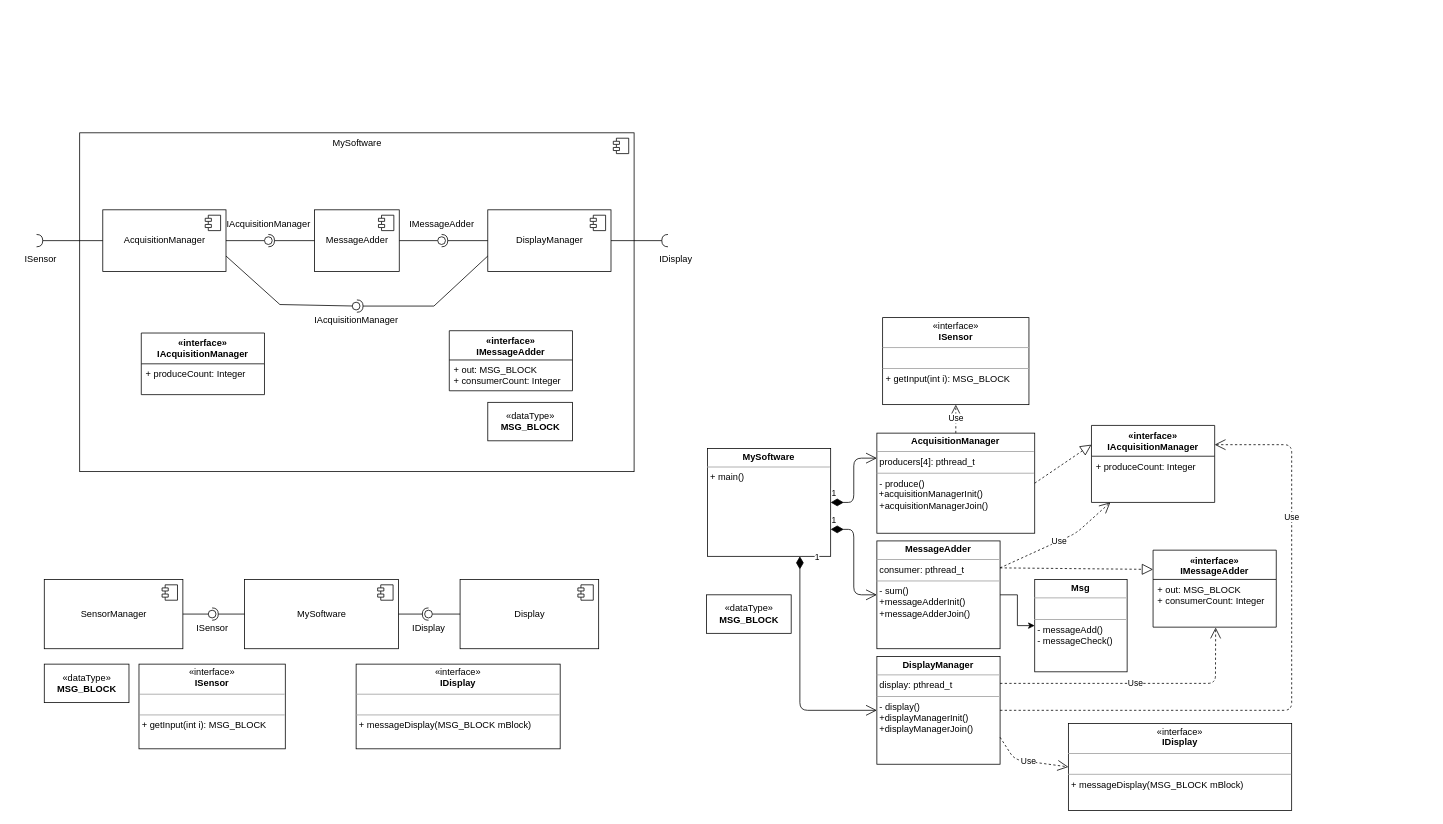
The draw.io diagram exercice-1/diagrams/conception.drawio in fthomasfr/multitasking_training_practical_work, before the edit. Source tidied: cells renumbered, new cells numbered last; positions are measured from the earlier drawing's top-left corner, leaving out a move shared by most shapes. Both pictures are drawn from the tidied source at 77%, with x=0, y=0 at pixel (13, 132).
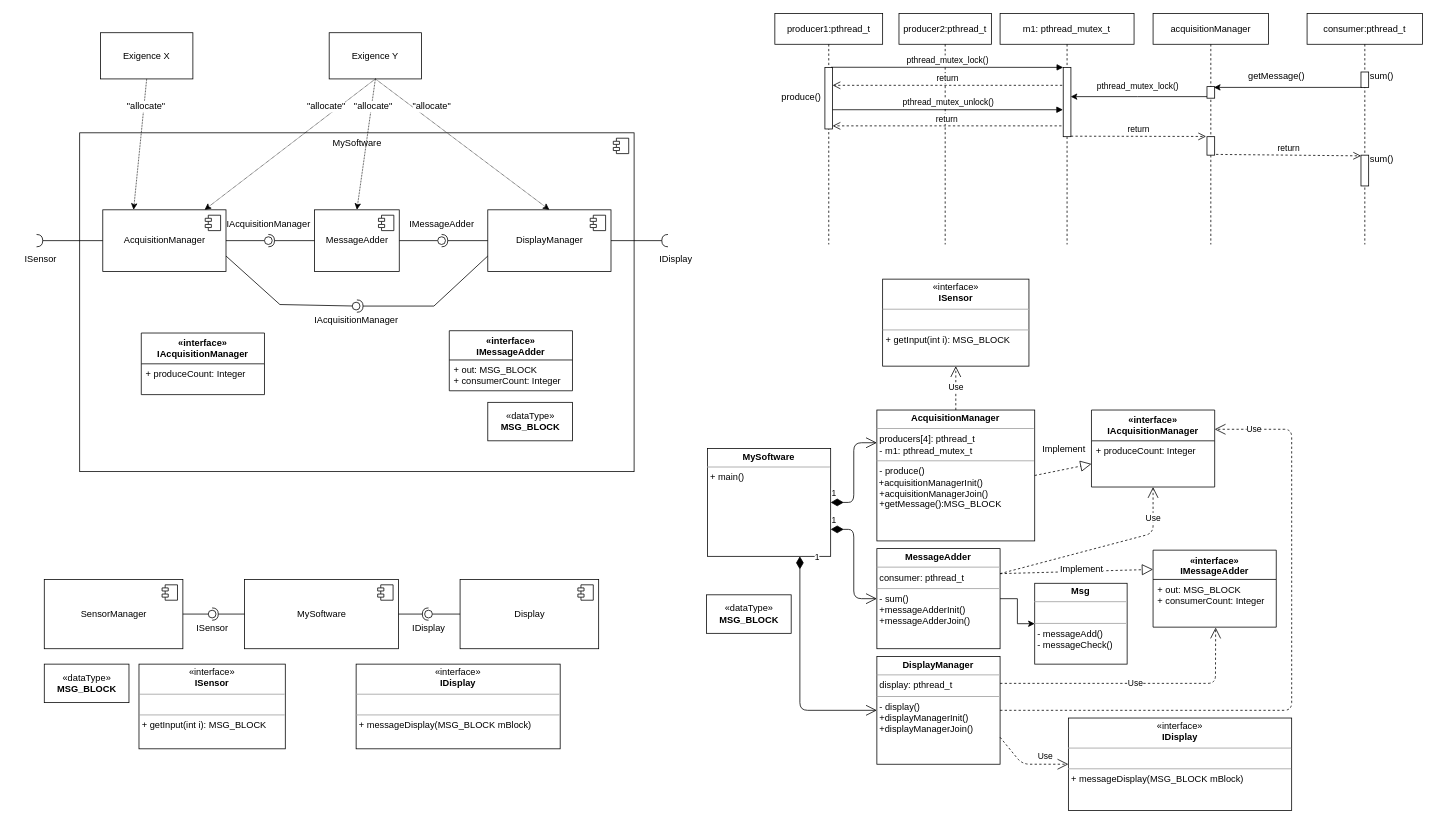
Above is the later version.

Commit message (it also covers changes not shown here):
feat:update with diagrams from tp 1 and update DATA_SIZE to 256

Unchanged cells that the change refers to:
```xml
<mxCell id="9" value="&lt;p style=&quot;margin: 0px ; margin-top: 4px ; text-align: center&quot;&gt;&lt;b&gt;DisplayManager&lt;/b&gt;&lt;/p&gt;&lt;hr size=&quot;1&quot;&gt;&lt;p style=&quot;margin: 0px ; margin-left: 4px&quot;&gt;display: pthread_t&lt;/p&gt;&lt;hr size=&quot;1&quot;&gt;&lt;p style=&quot;margin: 0px ; margin-left: 4px&quot;&gt;- display()&lt;/p&gt;&lt;p style=&quot;margin: 0px ; margin-left: 4px&quot;&gt;+displayManagerInit()&lt;/p&gt;&lt;p style=&quot;margin: 0px ; margin-left: 4px&quot;&gt;+displayManagerJoin()&lt;br&gt;&lt;/p&gt;" style="verticalAlign=top;align=left;overflow=fill;fontSize=12;fontFamily=Helvetica;html=1;shadow=0;" parent="1" vertex="1">
  <mxGeometry x="1121.3" y="680" width="160" height="140" as="geometry" />
</mxCell>
<mxCell id="29" value="MySoftware" style="html=1;verticalAlign=top;" parent="1" vertex="1">
  <mxGeometry x="86" width="720" height="440" as="geometry" />
</mxCell>
<mxCell id="31" value="&lt;span style=&quot;text-align: left&quot;&gt;MessageAdder&lt;/span&gt;" style="html=1;" parent="29" vertex="1">
  <mxGeometry x="305" y="100" width="110" height="80" as="geometry" />
</mxCell>
<mxCell id="33" value="&lt;span style=&quot;text-align: left&quot;&gt;DisplayManager&lt;/span&gt;" style="html=1;" parent="29" vertex="1">
  <mxGeometry x="530" y="100" width="160" height="80" as="geometry" />
</mxCell>
<mxCell id="35" value="&lt;div style=&quot;text-align: left&quot;&gt;AcquisitionManager&lt;br&gt;&lt;/div&gt;" style="html=1;" parent="29" vertex="1">
  <mxGeometry x="30" y="100" width="160" height="80" as="geometry" />
</mxCell>
<mxCell id="41" style="ellipse;whiteSpace=wrap;html=1;fontFamily=Helvetica;fontSize=12;fontColor=#000000;align=center;strokeColor=#000000;fillColor=#ffffff;points=[];direction=north;" parent="29" vertex="1">
  <mxGeometry x="465" y="135" width="10" height="10" as="geometry" />
</mxCell>
<mxCell id="59" value="+ produceCount: Integer&#10;&#10;&#10;&#10;" style="text;strokeColor=none;fillColor=none;align=left;verticalAlign=top;spacingLeft=4;spacingRight=4;overflow=hidden;points=[[0,0.5],[1,0.5]];portConstraint=eastwest;" parent="58" vertex="1">
  <mxGeometry y="40" width="160" height="60" as="geometry" />
</mxCell>
<mxCell id="63" style="endArrow=block;dashed=1;endFill=0;endSize=12;html=1;exitX=1;exitY=0.25;exitDx=0;exitDy=0;entryX=0;entryY=0.25;entryDx=0;entryDy=0;" parent="1" edge="1" source="3" target="60">
  <mxGeometry relative="1" as="geometry" />
</mxCell>
```

Change to the diagram source:
```diff
@@
     <mxCell id="3" value="&lt;p style=&quot;margin: 0px ; margin-top: 4px ; text-align: center&quot;&gt;&lt;b&gt;MessageAdder&lt;/b&gt;&lt;/p&gt;&lt;hr size=&quot;1&quot;&gt;&lt;p style=&quot;margin: 0px ; margin-left: 4px&quot;&gt;consumer: pthread_t&lt;/p&gt;&lt;hr size=&quot;1&quot;&gt;&lt;p style=&quot;margin: 0px ; margin-left: 4px&quot;&gt;- sum()&lt;/p&gt;&lt;p style=&quot;margin: 0px ; margin-left: 4px&quot;&gt;&lt;span&gt;+messageAdderInit()&lt;/span&gt;&lt;br&gt;&lt;/p&gt;&lt;p style=&quot;margin: 0px ; margin-left: 4px&quot;&gt;+messageAdderJoin()&lt;br&gt;&lt;/p&gt;" style="verticalAlign=top;align=left;overflow=fill;fontSize=12;fontFamily=Helvetica;html=1;shadow=0;" parent="1" vertex="1">
-      <mxGeometry x="1121.3" y="530" width="160" height="140" as="geometry" />
+      <mxGeometry x="1121.3" y="540" width="160" height="130" as="geometry" />
     </mxCell>
@@
-    <mxCell id="7" value="&lt;p style=&quot;margin: 0px ; margin-top: 4px ; text-align: center&quot;&gt;&lt;b&gt;AcquisitionManager&lt;/b&gt;&lt;/p&gt;&lt;hr size=&quot;1&quot;&gt;&lt;p style=&quot;margin: 0px ; margin-left: 4px&quot;&gt;producers[4]: pthread_t&lt;/p&gt;&lt;hr size=&quot;1&quot;&gt;&lt;p style=&quot;margin: 0px ; margin-left: 4px&quot;&gt;- produce()&lt;/p&gt;&amp;nbsp;+acquisitionManagerInit()&lt;br&gt;&lt;p style=&quot;margin: 0px ; margin-left: 4px&quot;&gt;+acquisitionManagerJoin()&lt;/p&gt;" style="verticalAlign=top;align=left;overflow=fill;fontSize=12;fontFamily=Helvetica;html=1;shadow=0;" parent="1" vertex="1">
-      <mxGeometry x="1121.3" y="390" width="205" height="130" as="geometry" />
+    <mxCell id="7" value="&lt;p style=&quot;margin: 0px ; margin-top: 4px ; text-align: center&quot;&gt;&lt;b&gt;AcquisitionManager&lt;/b&gt;&lt;/p&gt;&lt;hr size=&quot;1&quot;&gt;&lt;p style=&quot;margin: 0px ; margin-left: 4px&quot;&gt;producers[4]: pthread_t&lt;/p&gt;&lt;p style=&quot;margin: 0px ; margin-left: 4px&quot;&gt;- m1: pthread_mutex_t&lt;/p&gt;&lt;hr size=&quot;1&quot;&gt;&lt;p style=&quot;margin: 0px ; margin-left: 4px&quot;&gt;- produce()&lt;/p&gt;&amp;nbsp;+acquisitionManagerInit()&lt;br&gt;&lt;p style=&quot;margin: 0px ; margin-left: 4px&quot;&gt;+acquisitionManagerJoin()&lt;/p&gt;&lt;p style=&quot;margin: 0px ; margin-left: 4px&quot;&gt;+getMessage():MSG_BLOCK&lt;/p&gt;" style="verticalAlign=top;align=left;overflow=fill;fontSize=12;fontFamily=Helvetica;html=1;shadow=0;" parent="1" vertex="1">
+      <mxGeometry x="1121.3" y="360" width="205" height="170" as="geometry" />
     </mxCell>
@@
-    <mxCell id="40" style="rounded=0;jettySize=auto;html=1;endArrow=none;endFill=0;exitX=1;exitY=0.5;exitDx=0;exitDy=0;" parent="29" edge="1" source="31" target="41">
+    <mxCell id="40" style="rounded=0;jettySize=auto;html=1;endArrow=none;endFill=0;" parent="29" edge="1" source="31" target="41">
       <mxGeometry relative="1" as="geometry" />
     </mxCell>
@@
     <mxCell id="58" value="«interface»&#10;IAcquisitionManager" style="swimlane;fontStyle=1;align=center;verticalAlign=top;horizontal=1;startSize=40;shadow=0;" parent="1" vertex="1">
-      <mxGeometry x="1400" y="380" width="160" height="100" as="geometry" />
+      <mxGeometry x="1400" y="360" width="160" height="100" as="geometry" />
     </mxCell>
@@
-    <mxCell id="62" style="endArrow=block;dashed=1;endFill=0;endSize=12;html=1;entryX=0;entryY=0.25;entryDx=0;entryDy=0;exitX=1;exitY=0.5;exitDx=0;exitDy=0;" parent="1" edge="1" source="7" target="58">
+    <mxCell id="62" style="endArrow=block;dashed=1;endFill=0;endSize=12;html=1;entryX=0;entryY=0.5;entryDx=0;entryDy=0;exitX=1;exitY=0.5;exitDx=0;exitDy=0;" parent="1" edge="1" source="7" target="59">
       <mxGeometry relative="1" as="geometry" />
     </mxCell>
+    <mxCell id="72" value="Implement" style="text;html=1;align=center;verticalAlign=middle;labelBackgroundColor=#ffffff;" parent="62" vertex="1">
+      <mxGeometry x="-0.01" y="1" relative="1" as="geometry">
+        <mxPoint x="0.9" y="-26.6" as="offset" />
+      </mxGeometry>
+    </mxCell>
@@
+    <mxCell id="73" value="Implement" style="text;html=1;align=center;verticalAlign=middle;labelBackgroundColor=#ffffff;" parent="63" vertex="1">
+      <mxGeometry x="0.48" y="2" relative="1" as="geometry">
+        <mxPoint x="-41.9" as="offset" />
+      </mxGeometry>
+    </mxCell>
     <mxCell id="64" value="Use" style="endArrow=open;endSize=12;dashed=1;html=1;exitX=1;exitY=0.5;exitDx=0;exitDy=0;entryX=1;entryY=0.25;entryDx=0;entryDy=0;rounded=1;" parent="1" edge="1" source="9" target="58">
-      <mxGeometry x="0.53" relative="1" as="geometry">
+      <mxGeometry x="0.88" relative="1" as="geometry">
         <Array as="points">
           <mxPoint x="1660" y="750" />
           <mxPoint x="1660" y="600" />
-          <mxPoint x="1660" y="405" />
+          <mxPoint x="1660" y="385" />
         </Array>
       </mxGeometry>
     </mxCell>
     <mxCell id="65" value="Use" style="endArrow=open;endSize=12;dashed=1;html=1;exitX=1;exitY=0.25;exitDx=0;exitDy=0;" parent="1" edge="1" source="3" target="58">
-      <mxGeometry relative="1" as="geometry">
+      <mxGeometry x="0.55" y="20" relative="1" as="geometry">
         <Array as="points">
-          <mxPoint x="1380" y="520" />
+          <mxPoint x="1480" y="520" />
         </Array>
+        <mxPoint x="20" y="-20" as="offset" />
       </mxGeometry>
     </mxCell>
@@
     <mxCell id="67" value="&lt;p style=&quot;margin: 0px ; margin-top: 4px ; text-align: center&quot;&gt;«interface»&lt;br&gt;&lt;b&gt;ISensor&lt;/b&gt;&lt;/p&gt;&lt;hr size=&quot;1&quot;&gt;&lt;p style=&quot;margin: 0px ; margin-left: 4px&quot;&gt;&lt;br&gt;&lt;/p&gt;&lt;hr size=&quot;1&quot;&gt;&lt;p style=&quot;margin: 0px ; margin-left: 4px&quot;&gt;+ getInput(int i): MSG_BLOCK&lt;br&gt;&lt;/p&gt;" style="verticalAlign=top;align=left;overflow=fill;fontSize=12;fontFamily=Helvetica;html=1;" parent="1" vertex="1">
-      <mxGeometry x="1128.8" y="240" width="190" height="113" as="geometry" />
+      <mxGeometry x="1128.8" y="190" width="190" height="113" as="geometry" />
     </mxCell>
     <mxCell id="68" value="&lt;p style=&quot;margin: 0px ; margin-top: 4px ; text-align: center&quot;&gt;«interface»&lt;br&gt;&lt;b&gt;IDisplay&lt;/b&gt;&lt;/p&gt;&lt;hr size=&quot;1&quot;&gt;&lt;p style=&quot;margin: 0px ; margin-left: 4px&quot;&gt;&lt;br&gt;&lt;/p&gt;&lt;hr size=&quot;1&quot;&gt;&lt;p style=&quot;margin: 0px ; margin-left: 4px&quot;&gt;+ messageDisplay(MSG_BLOCK mBlock)&lt;br&gt;&lt;/p&gt;" style="verticalAlign=top;align=left;overflow=fill;fontSize=12;fontFamily=Helvetica;html=1;" parent="1" vertex="1">
-      <mxGeometry x="1370" y="767" width="290" height="113" as="geometry" />
+      <mxGeometry x="1370" y="760" width="290" height="120" as="geometry" />
     </mxCell>
     <mxCell id="69" value="Use" style="endArrow=open;endSize=12;dashed=1;html=1;exitX=1;exitY=0.75;exitDx=0;exitDy=0;entryX=0;entryY=0.5;entryDx=0;entryDy=0;" parent="1" edge="1" source="9" target="68">
-      <mxGeometry relative="1" as="geometry">
+      <mxGeometry x="0.43" y="10" relative="1" as="geometry">
         <Array as="points">
-          <mxPoint x="1300" y="814" />
+          <mxPoint x="1310" y="820" />
         </Array>
       </mxGeometry>
     </mxCell>
@@
     <mxCell id="71" value="&lt;p style=&quot;margin: 0px ; margin-top: 4px ; text-align: center&quot;&gt;&lt;b&gt;Msg&lt;/b&gt;&lt;/p&gt;&lt;hr size=&quot;1&quot;&gt;&lt;p style=&quot;margin: 0px ; margin-left: 4px&quot;&gt;&lt;br&gt;&lt;/p&gt;&lt;hr size=&quot;1&quot;&gt;&lt;p style=&quot;margin: 0px ; margin-left: 4px&quot;&gt;&lt;span&gt;- messageAdd()&lt;/span&gt;&lt;/p&gt;&lt;p style=&quot;margin: 0px ; margin-left: 4px&quot;&gt;&lt;span&gt;- messageCheck()&lt;/span&gt;&lt;br&gt;&lt;/p&gt;" style="verticalAlign=top;align=left;overflow=fill;fontSize=12;fontFamily=Helvetica;html=1;shadow=0;" parent="1" vertex="1">
-      <mxGeometry x="1326.3" y="580" width="120" height="120" as="geometry" />
+      <mxGeometry x="1326.3" y="585" width="120" height="105" as="geometry" />
     </mxCell>
+    <mxCell id="74" value="Exigence Y" style="rounded=0;whiteSpace=wrap;html=1;" parent="1" vertex="1">
+      <mxGeometry x="410" y="-130" width="120" height="60" as="geometry" />
+    </mxCell>
+    <mxCell id="75" style="endArrow=classic;html=1;exitX=0.5;exitY=1;exitDx=0;exitDy=0;dashed=1;dashPattern=1 1;" parent="1" edge="1" source="74" target="35">
+      <mxGeometry relative="1" as="geometry" />
+    </mxCell>
+    <mxCell id="76" value="&quot;allocate&quot;" style="text;html=1;align=center;verticalAlign=middle;labelBackgroundColor=#ffffff;" parent="75" vertex="1">
+      <mxGeometry x="-0.39" relative="1" as="geometry">
+        <mxPoint x="3.4" y="-16.1" as="offset" />
+      </mxGeometry>
+    </mxCell>
+    <mxCell id="77" value="producer1:pthread_t" style="shape=umlLifeline;perimeter=lifelinePerimeter;whiteSpace=wrap;html=1;" parent="1" vertex="1">
+      <mxGeometry x="988.8" y="-155" width="140" height="300" as="geometry" />
+    </mxCell>
+    <mxCell id="78" style="html=1;points=[];perimeter=orthogonalPerimeter;" parent="77" vertex="1">
+      <mxGeometry x="65" y="70" width="10" height="80" as="geometry" />
+    </mxCell>
+    <mxCell id="79" value="producer2:pthread_t" style="shape=umlLifeline;perimeter=lifelinePerimeter;whiteSpace=wrap;html=1;" parent="1" vertex="1">
+      <mxGeometry x="1150" y="-155" width="120" height="300" as="geometry" />
+    </mxCell>
+    <mxCell id="80" value="consumer:pthread_t" style="shape=umlLifeline;perimeter=lifelinePerimeter;whiteSpace=wrap;html=1;" parent="1" vertex="1">
+      <mxGeometry x="1680" y="-155" width="150" height="300" as="geometry" />
+    </mxCell>
+    <mxCell id="81" style="html=1;perimeter=orthogonalPerimeter;" parent="80" vertex="1">
+      <mxGeometry x="70" y="76" width="10" height="20" as="geometry" />
+    </mxCell>
+    <mxCell id="82" style="html=1;points=[];perimeter=orthogonalPerimeter;" parent="80" vertex="1">
+      <mxGeometry x="70" y="184" width="10" height="40" as="geometry" />
+    </mxCell>
+    <mxCell id="83" value="m1: pthread_mutex_t" style="shape=umlLifeline;perimeter=lifelinePerimeter;whiteSpace=wrap;html=1;" parent="1" vertex="1">
+      <mxGeometry x="1281.3" y="-155" width="174" height="300" as="geometry" />
+    </mxCell>
+    <mxCell id="84" style="html=1;points=[];perimeter=orthogonalPerimeter;" parent="83" vertex="1">
+      <mxGeometry x="82" y="70" width="10" height="90" as="geometry" />
+    </mxCell>
+    <mxCell id="85" value="pthread_mutex_lock()" style="html=1;verticalAlign=bottom;endArrow=block;entryX=0;entryY=0;exitX=0.807;exitY=-0.002;exitDx=0;exitDy=0;exitPerimeter=0;" parent="1" edge="1" source="78" target="84">
+      <mxGeometry relative="1" as="geometry" />
+    </mxCell>
+    <mxCell id="86" value="return" style="html=1;verticalAlign=bottom;endArrow=open;dashed=1;endSize=8;exitX=-0.129;exitY=0.259;exitDx=0;exitDy=0;exitPerimeter=0;" parent="1" edge="1" source="84" target="78">
+      <mxGeometry relative="1" as="geometry" />
+    </mxCell>
+    <mxCell id="87" value="produce()" style="text;html=1;align=right;" parent="1" vertex="1">
+      <mxGeometry x="970" y="-60" width="80" height="30" as="geometry" />
+    </mxCell>
+    <mxCell id="88" style="endArrow=classic;html=1;exitX=0.5;exitY=1;exitDx=0;exitDy=0;dashed=1;dashPattern=1 1;entryX=0.5;entryY=0;entryDx=0;entryDy=0;" parent="1" edge="1" source="74" target="31">
+      <mxGeometry relative="1" as="geometry" />
+    </mxCell>
+    <mxCell id="89" value="&quot;allocate&quot;" style="text;html=1;align=center;verticalAlign=middle;labelBackgroundColor=#ffffff;" parent="88" vertex="1">
+      <mxGeometry x="-0.39" relative="1" as="geometry">
+        <mxPoint x="3.4" y="-16.1" as="offset" />
+      </mxGeometry>
+    </mxCell>
+    <mxCell id="90" style="endArrow=classic;html=1;dashed=1;dashPattern=1 1;entryX=0.5;entryY=0;entryDx=0;entryDy=0;exitX=0.5;exitY=1;exitDx=0;exitDy=0;" parent="1" edge="1" source="74" target="33">
+      <mxGeometry relative="1" as="geometry" />
+    </mxCell>
+    <mxCell id="91" value="&quot;allocate&quot;" style="text;html=1;align=center;verticalAlign=middle;labelBackgroundColor=#ffffff;" parent="90" vertex="1">
+      <mxGeometry x="-0.39" relative="1" as="geometry">
+        <mxPoint x="3.4" y="-16.1" as="offset" />
+      </mxGeometry>
+    </mxCell>
+    <mxCell id="92" value="Exigence X" style="rounded=0;whiteSpace=wrap;html=1;" parent="1" vertex="1">
+      <mxGeometry x="113" y="-130" width="120" height="60" as="geometry" />
+    </mxCell>
+    <mxCell id="93" style="endArrow=classic;html=1;exitX=0.5;exitY=1;exitDx=0;exitDy=0;dashed=1;dashPattern=1 1;entryX=0.25;entryY=0;entryDx=0;entryDy=0;" parent="1" edge="1" source="92" target="35">
+      <mxGeometry relative="1" as="geometry" />
+    </mxCell>
+    <mxCell id="94" value="&quot;allocate&quot;" style="text;html=1;align=center;verticalAlign=middle;labelBackgroundColor=#ffffff;" parent="93" vertex="1">
+      <mxGeometry x="-0.39" relative="1" as="geometry">
+        <mxPoint x="3.4" y="-16.1" as="offset" />
+      </mxGeometry>
+    </mxCell>
+    <mxCell id="95" value="acquisitionManager" style="shape=umlLifeline;perimeter=lifelinePerimeter;whiteSpace=wrap;html=1;" parent="1" vertex="1">
+      <mxGeometry x="1480" y="-155" width="150" height="300" as="geometry" />
+    </mxCell>
+    <mxCell id="96" style="html=1;points=[];perimeter=orthogonalPerimeter;" parent="95" vertex="1">
+      <mxGeometry x="70" y="160" width="10" height="24" as="geometry" />
+    </mxCell>
+    <mxCell id="97" value="pthread_mutex_lock()" style="edgeStyle=orthogonalEdgeStyle;rounded=0;jettySize=auto;html=1;exitX=0.1;exitY=0.867;exitDx=0;exitDy=0;exitPerimeter=0;" parent="1" edge="1" source="98">
+      <mxGeometry x="0.02" y="-13" relative="1" as="geometry">
+        <mxPoint x="1373" y="-47" as="targetPoint" />
+        <Array as="points">
+          <mxPoint x="1460" y="-47" />
+          <mxPoint x="1460" y="-47" />
+        </Array>
+      </mxGeometry>
+    </mxCell>
+    <mxCell id="98" style="html=1;points=[];perimeter=orthogonalPerimeter;" parent="1" vertex="1">
+      <mxGeometry x="1550" y="-60" width="10" height="15" as="geometry" />
+    </mxCell>
+    <mxCell id="99" style="edgeStyle=orthogonalEdgeStyle;rounded=0;orthogonalLoop=1;jettySize=auto;html=1;" parent="1" edge="1">
+      <mxGeometry relative="1" as="geometry">
+        <mxPoint x="1751" y="-59" as="sourcePoint" />
+        <mxPoint x="1559" y="-59" as="targetPoint" />
+      </mxGeometry>
+    </mxCell>
+    <mxCell id="100" value="getMessage()" style="text;html=1;align=center;verticalAlign=middle;labelBackgroundColor=#ffffff;" parent="99" vertex="1">
+      <mxGeometry x="0.49" y="-2" relative="1" as="geometry">
+        <mxPoint x="31.7" y="-13" as="offset" />
+      </mxGeometry>
+    </mxCell>
+    <mxCell id="101" value="return" style="html=1;verticalAlign=bottom;endArrow=open;dashed=1;endSize=8;entryX=-0.117;entryY=-0.012;entryDx=0;entryDy=0;entryPerimeter=0;exitX=0.994;exitY=0.993;exitDx=0;exitDy=0;exitPerimeter=0;" parent="1" edge="1" source="84" target="96">
+      <mxGeometry relative="1" as="geometry" />
+    </mxCell>
+    <mxCell id="102" value="return" style="html=1;verticalAlign=bottom;endArrow=open;dashed=1;endSize=8;entryX=0.01;entryY=0.023;entryDx=0;entryDy=0;entryPerimeter=0;exitX=1.183;exitY=0.959;exitDx=0;exitDy=0;exitPerimeter=0;" parent="1" edge="1" source="96" target="82">
+      <mxGeometry relative="1" as="geometry" />
+    </mxCell>
+    <mxCell id="103" value="sum()" style="text;html=1;" parent="1" vertex="1">
+      <mxGeometry x="1760" y="-87" width="80" height="30" as="geometry" />
+    </mxCell>
+    <mxCell id="104" value="sum()" style="text;html=1;" parent="1" vertex="1">
+      <mxGeometry x="1760" y="20" width="80" height="30" as="geometry" />
+    </mxCell>
+    <mxCell id="105" value="pthread_mutex_unlock()" style="html=1;verticalAlign=bottom;endArrow=block;" parent="1" edge="1" source="78">
+      <mxGeometry relative="1" as="geometry">
+        <mxPoint x="1363" y="-30" as="targetPoint" />
+      </mxGeometry>
+    </mxCell>
+    <mxCell id="106" value="return" style="html=1;verticalAlign=bottom;endArrow=open;dashed=1;endSize=8;exitX=-0.229;exitY=0.844;exitDx=0;exitDy=0;exitPerimeter=0;" parent="1" edge="1" source="84" target="78">
+      <mxGeometry relative="1" as="geometry" />
+    </mxCell>
```
